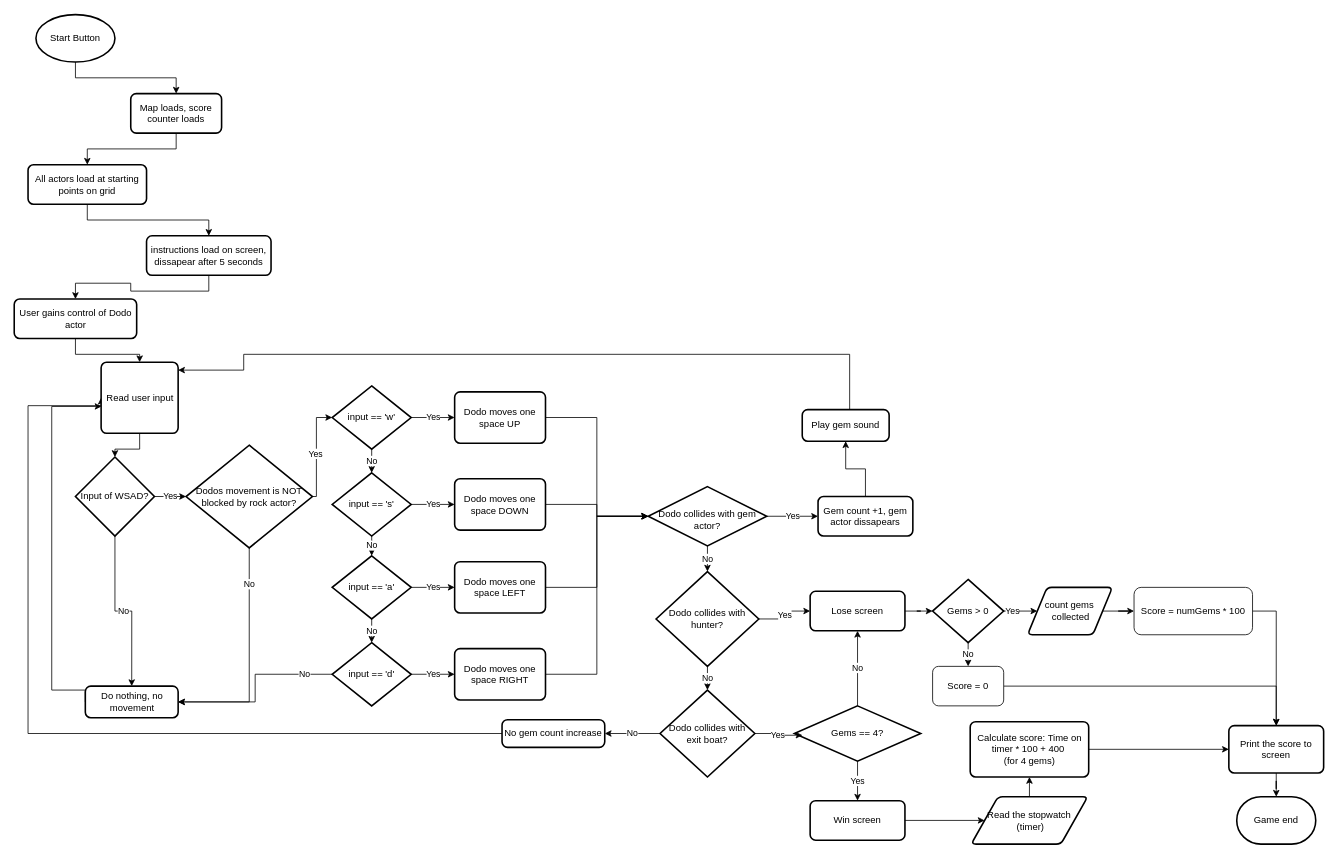
Above: AnnabelKulmaczApplicationFlowchart.drawio in AKulmacz/CSC170 (draw.io), before the change. Source tidied: cells renumbered, new cells numbered last; positions are measured from the earlier drawing's top-left corner, leaving out a move shared by most shapes. Both pictures are drawn from the tidied source at 79%, with x=0, y=0 at pixel (13, 14).
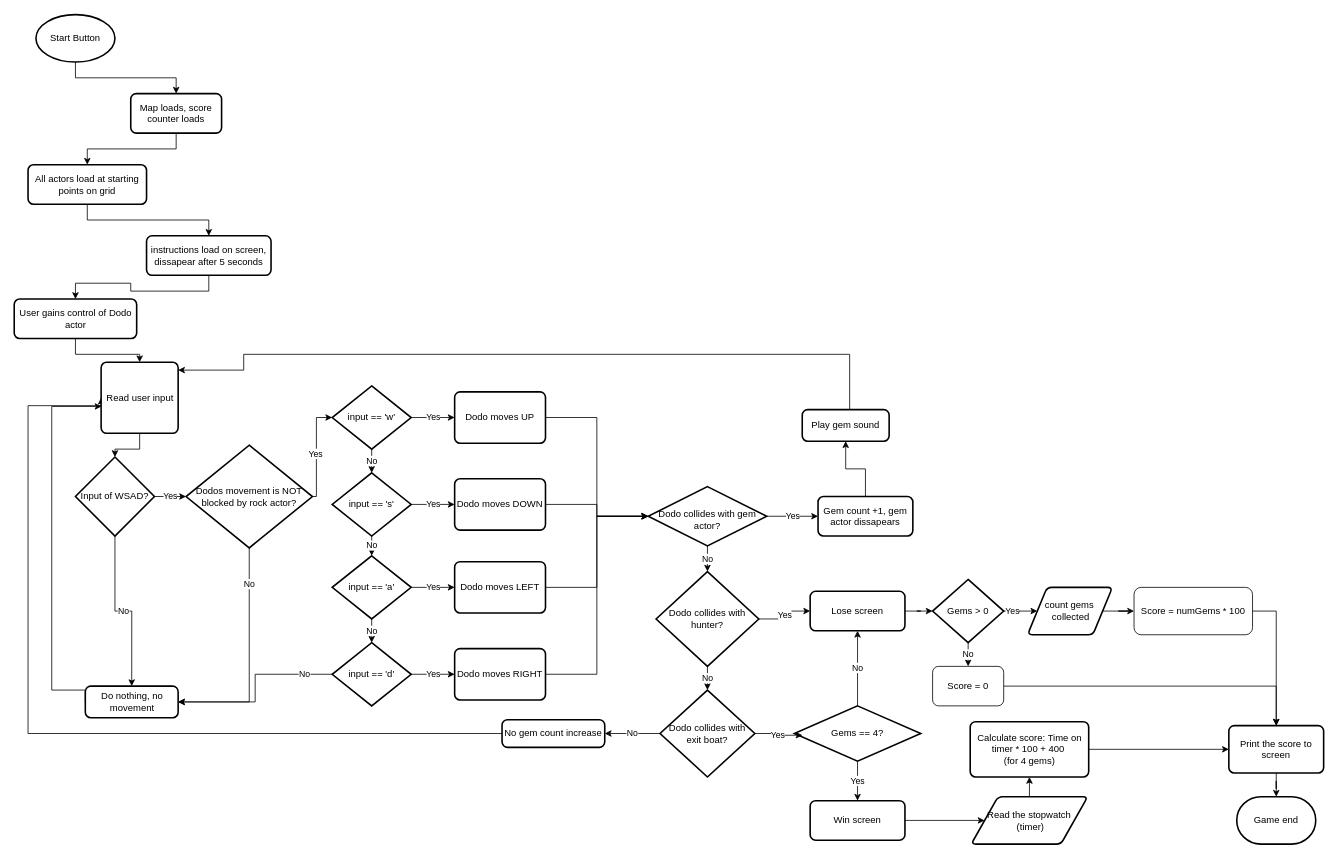
The same page after the edit.

Change to the diagram source:
```diff
@@
-    <mxCell id="24" value="Dodo moves one space UP" style="rounded=1;whiteSpace=wrap;html=1;absoluteArcSize=1;arcSize=14;strokeWidth=2;" parent="1" vertex="1">
+    <mxCell id="24" value="Dodo moves UP" style="rounded=1;whiteSpace=wrap;html=1;absoluteArcSize=1;arcSize=14;strokeWidth=2;" parent="1" vertex="1">
       <mxGeometry x="558" y="477.5" width="115" height="65" as="geometry" />
     </mxCell>
@@
-    <mxCell id="60" value="Dodo moves one space DOWN" style="rounded=1;whiteSpace=wrap;html=1;absoluteArcSize=1;arcSize=14;strokeWidth=2;" parent="1" vertex="1">
+    <mxCell id="60" value="Dodo moves DOWN" style="rounded=1;whiteSpace=wrap;html=1;absoluteArcSize=1;arcSize=14;strokeWidth=2;" parent="1" vertex="1">
       <mxGeometry x="558" y="587.5" width="115" height="65" as="geometry" />
     </mxCell>
@@
-    <mxCell id="62" value="Dodo moves one space LEFT" style="rounded=1;whiteSpace=wrap;html=1;absoluteArcSize=1;arcSize=14;strokeWidth=2;" parent="1" vertex="1">
+    <mxCell id="62" value="Dodo moves LEFT" style="rounded=1;whiteSpace=wrap;html=1;absoluteArcSize=1;arcSize=14;strokeWidth=2;" parent="1" vertex="1">
       <mxGeometry x="558" y="692.5" width="115" height="65" as="geometry" />
     </mxCell>
@@
-    <mxCell id="64" value="Dodo moves one space RIGHT" style="rounded=1;whiteSpace=wrap;html=1;absoluteArcSize=1;arcSize=14;strokeWidth=2;" parent="1" vertex="1">
+    <mxCell id="64" value="Dodo moves RIGHT" style="rounded=1;whiteSpace=wrap;html=1;absoluteArcSize=1;arcSize=14;strokeWidth=2;" parent="1" vertex="1">
       <mxGeometry x="558" y="802.5" width="115" height="65" as="geometry" />
     </mxCell>
```
